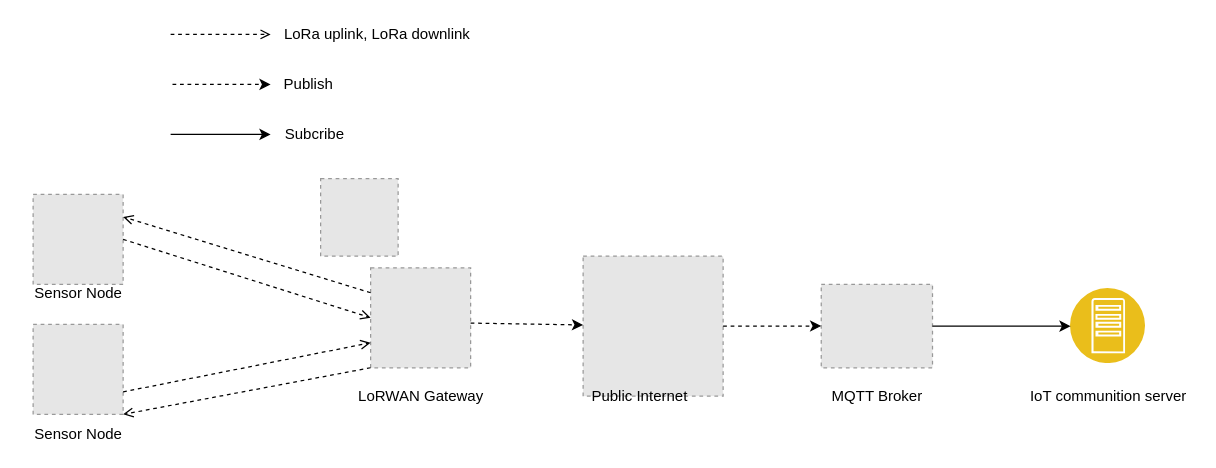
Earlier version of the draw.io diagram embed-constructor.drawio (akirakyohei/Smart-Energy-Monitor). Source tidied: cells renumbered, new cells numbered last; positions are measured from the earlier drawing's top-left corner, leaving out a move shared by most shapes. Both pictures are drawn from the tidied source at 125%, with x=0, y=0 at pixel (21, 21). Pictures stored in the file or linked from it are replaced by grey dashed boxes.
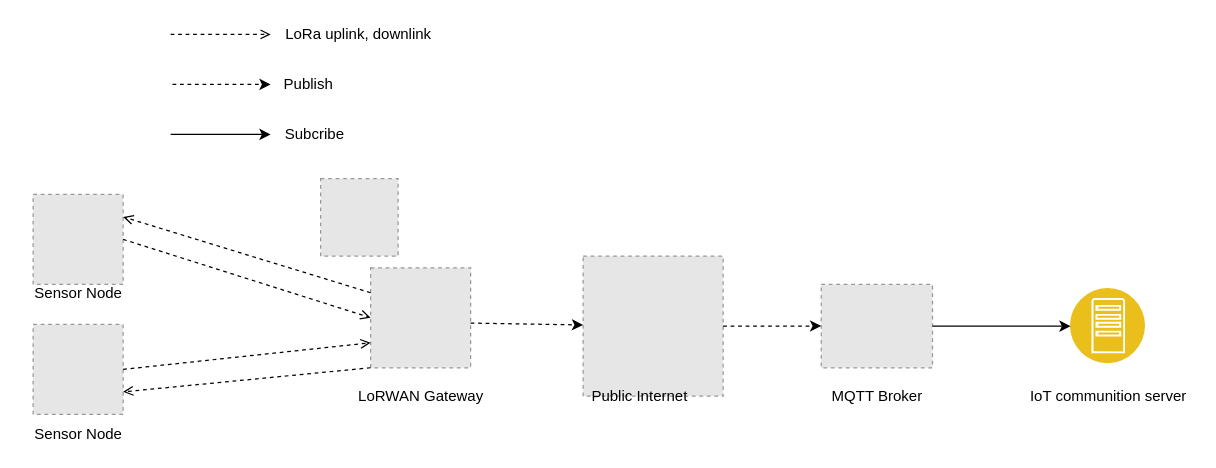
After the change.

Unchanged cells that the change refers to:
```xml
<mxCell id="2" style="fillColor=#E6E6E6;strokeColor=#999999;dashed=1;verticalLabelPosition=bottom;labelBackgroundColor=#ffffff;verticalAlign=top;" parent="1" vertex="1">
  <mxGeometry x="9" y="138" width="72" height="72" as="geometry" />
</mxCell>
<mxCell id="4" style="fillColor=#E6E6E6;strokeColor=#999999;dashed=1;verticalLabelPosition=bottom;labelBackgroundColor=#ffffff;verticalAlign=top;" parent="1" vertex="1">
  <mxGeometry x="279" y="196.7" width="80" height="80" as="geometry" />
</mxCell>
<mxCell id="5" style="fillColor=#E6E6E6;strokeColor=#999999;dashed=1;verticalLabelPosition=bottom;labelBackgroundColor=#ffffff;verticalAlign=top;" parent="1" vertex="1">
  <mxGeometry x="9" y="242" width="72" height="72" as="geometry" />
</mxCell>
```

Change to the diagram source:
```diff
@@
-    <mxCell id="11" style="html=1;verticalAlign=bottom;labelBackgroundColor=none;endArrow=open;endFill=0;dashed=1;entryX=0;entryY=0.75;entryDx=0;entryDy=0;exitX=1;exitY=0.75;exitDx=0;exitDy=0;" parent="1" edge="1" source="5" target="4">
+    <mxCell id="11" style="html=1;verticalAlign=bottom;labelBackgroundColor=none;endArrow=open;endFill=0;dashed=1;entryX=0;entryY=0.75;entryDx=0;entryDy=0;exitX=1;exitY=0.5;exitDx=0;exitDy=0;" parent="1" edge="1" source="5" target="4">
       <mxGeometry relative="1" as="geometry" />
     </mxCell>
@@
-    <mxCell id="15" value="LoRa uplink, LoRa downlink" style="text;html=1;align=center;verticalAlign=middle;strokeColor=none;" parent="1" vertex="1">
-      <mxGeometry x="204" width="160" height="20" as="geometry" />
+    <mxCell id="15" value="LoRa uplink, downlink" style="text;html=1;align=center;verticalAlign=middle;strokeColor=none;" parent="1" vertex="1">
+      <mxGeometry x="204" width="130" height="20" as="geometry" />
     </mxCell>
@@
-    <mxCell id="26" style="html=1;verticalAlign=bottom;labelBackgroundColor=none;endArrow=open;endFill=0;dashed=1;entryX=1;entryY=0.25;entryDx=0;entryDy=0;exitX=0;exitY=0.25;exitDx=0;exitDy=0;" parent="1" edge="1" source="4" target="2">
+    <mxCell id="26" style="html=1;verticalAlign=bottom;labelBackgroundColor=none;endArrow=open;endFill=0;dashed=1;exitX=0;exitY=0.25;exitDx=0;exitDy=0;entryX=1;entryY=0.25;entryDx=0;entryDy=0;" parent="1" edge="1" source="4" target="2">
       <mxGeometry relative="1" as="geometry" />
     </mxCell>
-    <mxCell id="27" style="html=1;verticalAlign=bottom;labelBackgroundColor=none;endArrow=open;endFill=0;dashed=1;exitX=0;exitY=1;exitDx=0;exitDy=0;entryX=1;entryY=1;entryDx=0;entryDy=0;" parent="1" edge="1" source="4" target="5">
+    <mxCell id="27" style="html=1;verticalAlign=bottom;labelBackgroundColor=none;endArrow=open;endFill=0;dashed=1;exitX=0;exitY=1;exitDx=0;exitDy=0;entryX=1;entryY=0.75;entryDx=0;entryDy=0;" parent="1" edge="1" source="4" target="5">
       <mxGeometry relative="1" as="geometry" />
     </mxCell>
```
